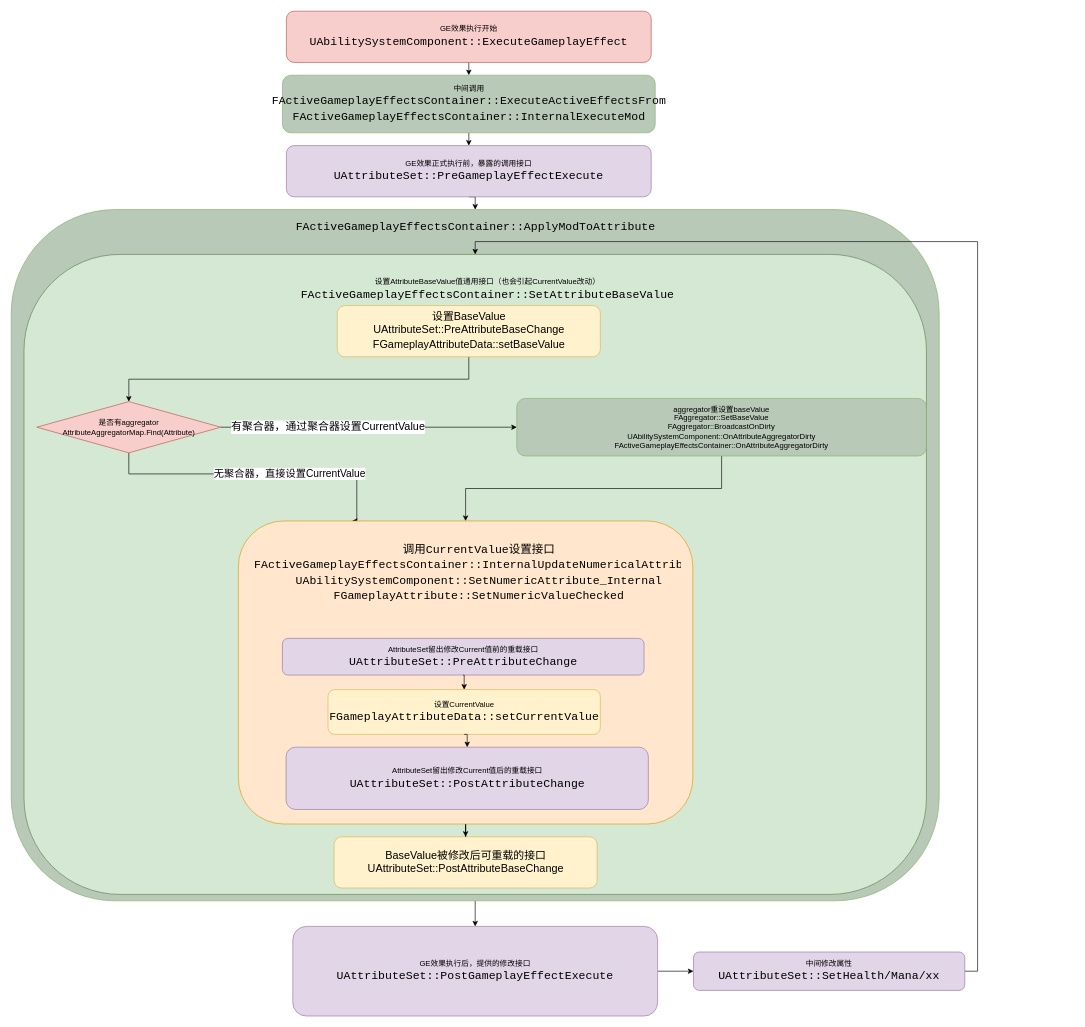
This is source/_posts/GAS_Learn/GE修改属性示意图.drawio from obsidian-zero/obsidian-zero.github.io, a draw.io file, before an edit. Source tidied: cells renumbered, new cells numbered last; positions are measured from the earlier drawing's top-left corner, leaving out a move shared by most shapes. Both pictures are drawn from the tidied source at 64%, with x=0, y=0 at pixel (11, 11).
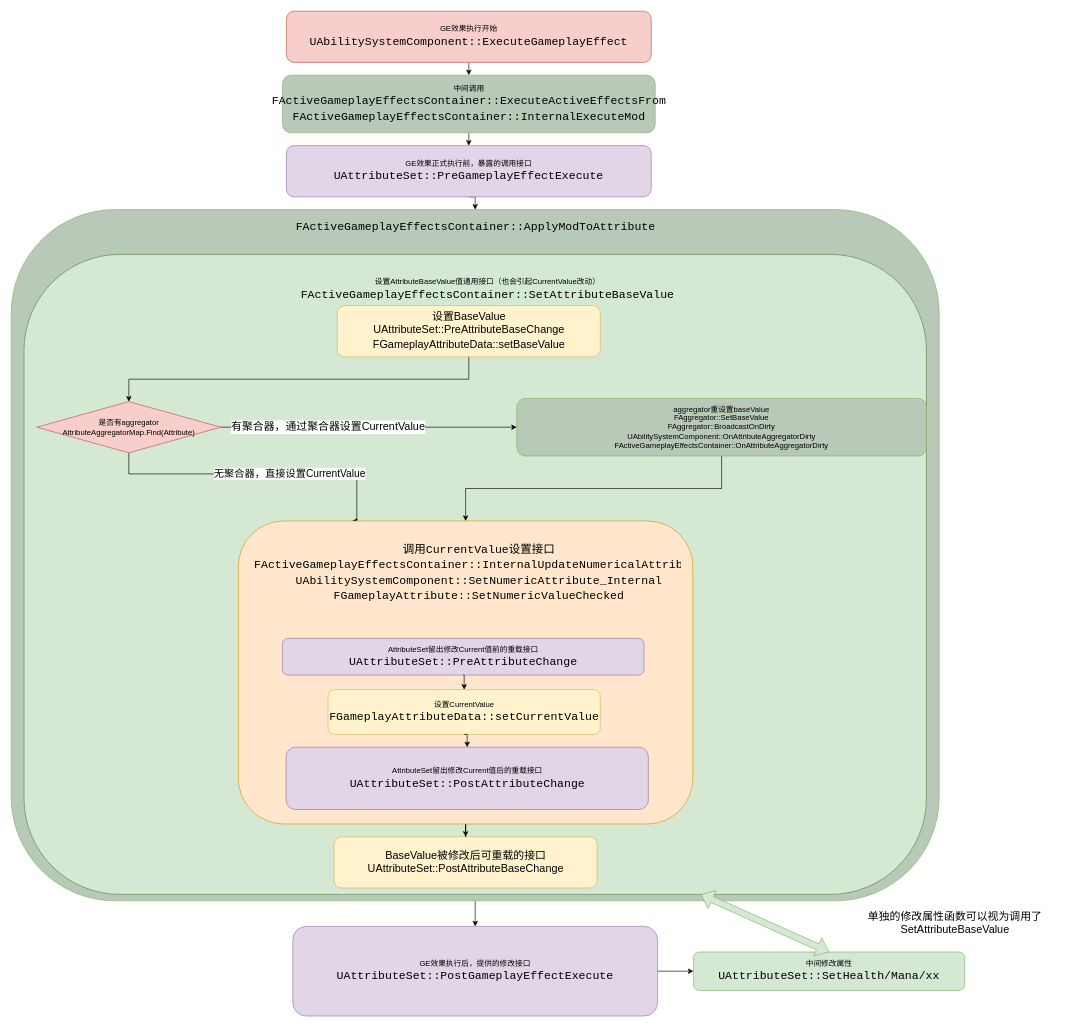
After the change.

Commit message (it also covers changes not shown here):
修正了GE修改属性图的一些误导点

The change refers to these unchanged cells:
```xml
<mxCell id="10" style="rounded=1;whiteSpace=wrap;html=1;fillColor=#d5e8d4;strokeColor=#5D8049;" parent="1" vertex="1">
  <mxGeometry x="20" y="380" width="1410" height="1000" as="geometry" />
</mxCell>
```

Change to the diagram source:
```diff
@@
-    <mxCell id="22" style="edgeStyle=orthogonalEdgeStyle;rounded=0;jettySize=auto;html=1;exitX=1;exitY=0.5;exitDx=0;exitDy=0;entryX=0.5;entryY=0;entryDx=0;entryDy=0;fontColor=#000000;" parent="1" edge="1" source="23" target="10">
-      <mxGeometry relative="1" as="geometry" />
-    </mxCell>
-    <mxCell id="23" value="中间修改属性&lt;br style=&quot;border-color: var(--border-color);&quot;&gt;&lt;div style=&quot;border-color: var(--border-color); font-family: Consolas, &amp;quot;Courier New&amp;quot;, monospace; font-size: 18px; line-height: 24px;&quot;&gt;UAttributeSet::SetHealth/Mana/xx&lt;/div&gt;" style="rounded=1;whiteSpace=wrap;html=1;labelBackgroundColor=none;strokeColor=#9673a6;fillColor=#e1d5e7;" parent="1" vertex="1">
+    <mxCell id="23" value="中间修改属性&lt;br style=&quot;border-color: var(--border-color);&quot;&gt;&lt;div style=&quot;border-color: var(--border-color); font-family: Consolas, &amp;quot;Courier New&amp;quot;, monospace; font-size: 18px; line-height: 24px;&quot;&gt;UAttributeSet::SetHealth/Mana/xx&lt;/div&gt;" style="rounded=1;whiteSpace=wrap;html=1;labelBackgroundColor=none;strokeColor=#82b366;fillColor=#d5e8d4;" parent="1" vertex="1">
       <mxGeometry x="1066" y="1470" width="424" height="60" as="geometry" />
     </mxCell>
@@
+    <mxCell id="22" style="shape=flexArrow;endArrow=classic;startArrow=classic;html=1;rounded=0;exitX=0.5;exitY=0;exitDx=0;exitDy=0;entryX=0.75;entryY=1;entryDx=0;entryDy=0;fillColor=#d5e8d4;strokeColor=#82b366;" parent="1" edge="1" source="23" target="10">
+      <mxGeometry relative="1" as="geometry" />
+    </mxCell>
+    <mxCell id="35" value="&lt;font style=&quot;font-size: 17px;&quot;&gt;单独的修改属性函数可以视为调用了SetAttributeBaseValue&lt;/font&gt;" style="text;html=1;strokeColor=none;fillColor=none;align=center;verticalAlign=middle;whiteSpace=wrap;rounded=0;" parent="1" vertex="1">
+      <mxGeometry x="1290" y="1410" width="370" height="30" as="geometry" />
+    </mxCell>
```
